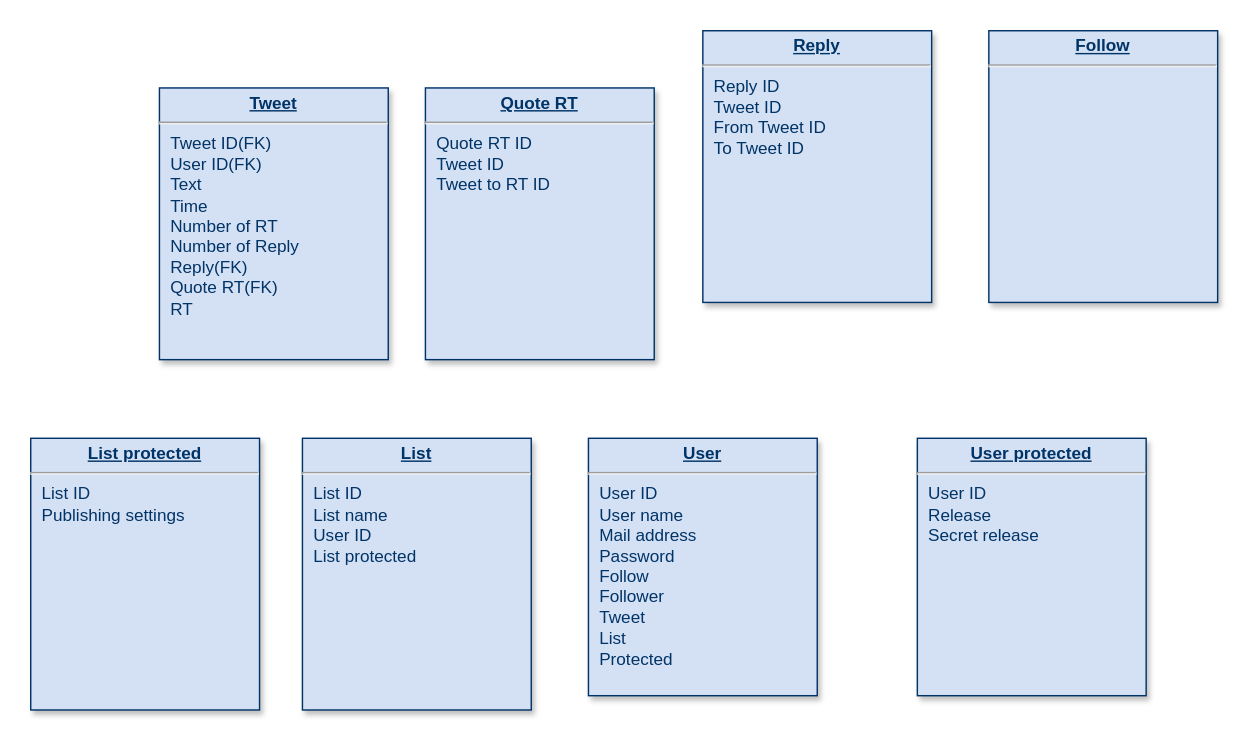
fuwa-syugyo/hello-world keeps this draw.io diagram as Untitled Diagram.drawio. Above is the earlier version. Source tidied: cells renumbered, new cells numbered last; positions are measured from the earlier drawing's top-left corner, leaving out a move shared by most shapes. Both pictures are drawn from the tidied source at 143%, with x=0, y=0 at pixel (30, 30).
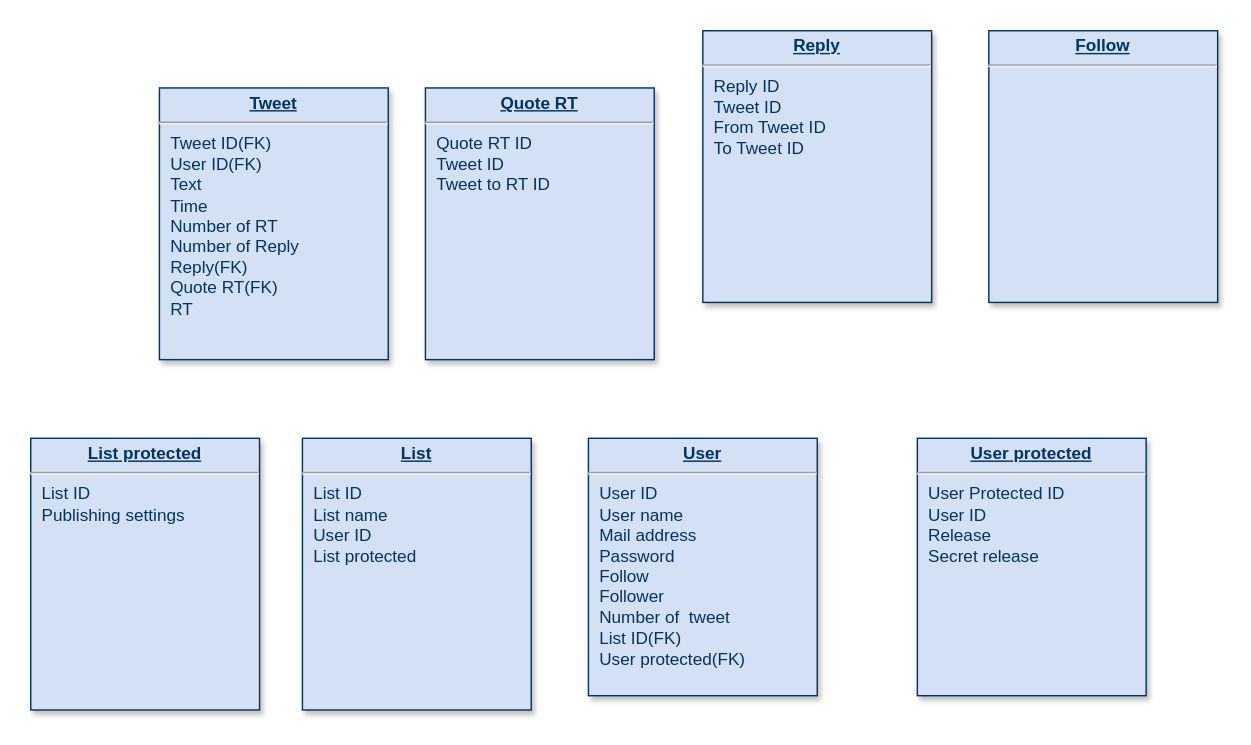
After the change.

What changed in the source:
```diff
@@
 <mxGraphModel>
   <root>
     <mxCell id="0" />
     <mxCell id="1" parent="0" />
-    <mxCell id="2" value="&lt;p style=&quot;margin: 0px ; margin-top: 4px ; text-align: center ; text-decoration: underline&quot;&gt;&lt;strong&gt;User&lt;/strong&gt;&lt;/p&gt;&lt;hr&gt;&lt;p style=&quot;margin: 0px ; margin-left: 8px&quot;&gt;User ID&lt;/p&gt;&lt;p style=&quot;margin: 0px ; margin-left: 8px&quot;&gt;User name&lt;/p&gt;&lt;p style=&quot;margin: 0px ; margin-left: 8px&quot;&gt;Mail address&lt;/p&gt;&lt;p style=&quot;margin: 0px ; margin-left: 8px&quot;&gt;Password&lt;/p&gt;&lt;p style=&quot;margin: 0px ; margin-left: 8px&quot;&gt;Follow&lt;/p&gt;&lt;p style=&quot;margin: 0px ; margin-left: 8px&quot;&gt;Follower&lt;/p&gt;&lt;p style=&quot;margin: 0px ; margin-left: 8px&quot;&gt;Tweet&lt;/p&gt;&lt;p style=&quot;margin: 0px ; margin-left: 8px&quot;&gt;List&lt;/p&gt;&lt;p style=&quot;margin: 0px ; margin-left: 8px&quot;&gt;Protected&lt;/p&gt;&lt;p style=&quot;margin: 0px ; margin-left: 8px&quot;&gt;&lt;br&gt;&lt;/p&gt;" style="verticalAlign=top;align=left;overflow=fill;fontSize=12;fontFamily=Helvetica;html=1;strokeColor=#003366;shadow=1;fillColor=#D4E1F5;fontColor=#003366;" parent="1" vertex="1">
+    <mxCell id="2" value="&lt;p style=&quot;margin: 0px ; margin-top: 4px ; text-align: center ; text-decoration: underline&quot;&gt;&lt;strong&gt;User&lt;/strong&gt;&lt;/p&gt;&lt;hr&gt;&lt;p style=&quot;margin: 0px ; margin-left: 8px&quot;&gt;User ID&lt;/p&gt;&lt;p style=&quot;margin: 0px ; margin-left: 8px&quot;&gt;User name&lt;/p&gt;&lt;p style=&quot;margin: 0px ; margin-left: 8px&quot;&gt;Mail address&lt;/p&gt;&lt;p style=&quot;margin: 0px ; margin-left: 8px&quot;&gt;Password&lt;/p&gt;&lt;p style=&quot;margin: 0px ; margin-left: 8px&quot;&gt;Follow&lt;/p&gt;&lt;p style=&quot;margin: 0px ; margin-left: 8px&quot;&gt;Follower&lt;/p&gt;&lt;p style=&quot;margin: 0px ; margin-left: 8px&quot;&gt;Number of&amp;nbsp; tweet&lt;/p&gt;&lt;p style=&quot;margin: 0px ; margin-left: 8px&quot;&gt;List ID(FK)&lt;/p&gt;&lt;p style=&quot;margin: 0px ; margin-left: 8px&quot;&gt;User protected(FK)&lt;/p&gt;&lt;p style=&quot;margin: 0px ; margin-left: 8px&quot;&gt;&lt;br&gt;&lt;/p&gt;" style="verticalAlign=top;align=left;overflow=fill;fontSize=12;fontFamily=Helvetica;html=1;strokeColor=#003366;shadow=1;fillColor=#D4E1F5;fontColor=#003366;" parent="1" vertex="1">
       <mxGeometry x="390" y="285" width="160" height="180" as="geometry" />
     </mxCell>
     <mxCell id="3" value="&lt;p style=&quot;margin: 0px ; margin-top: 4px ; text-align: center ; text-decoration: underline&quot;&gt;&lt;strong&gt;Tweet&lt;/strong&gt;&lt;/p&gt;&lt;hr&gt;&lt;p style=&quot;margin: 0px ; margin-left: 8px&quot;&gt;Tweet ID(FK)&lt;/p&gt;&lt;p style=&quot;margin: 0px ; margin-left: 8px&quot;&gt;User ID(FK)&lt;/p&gt;&lt;p style=&quot;margin: 0px ; margin-left: 8px&quot;&gt;Text&lt;/p&gt;&lt;p style=&quot;margin: 0px ; margin-left: 8px&quot;&gt;Time&lt;/p&gt;&lt;p style=&quot;margin: 0px ; margin-left: 8px&quot;&gt;Number of RT&lt;/p&gt;&lt;p style=&quot;margin: 0px ; margin-left: 8px&quot;&gt;Number of Reply&lt;/p&gt;&lt;p style=&quot;margin: 0px ; margin-left: 8px&quot;&gt;Reply(FK)&lt;/p&gt;&lt;p style=&quot;margin: 0px ; margin-left: 8px&quot;&gt;Quote RT(FK)&lt;/p&gt;&lt;p style=&quot;margin: 0px ; margin-left: 8px&quot;&gt;RT&lt;/p&gt;" style="verticalAlign=top;align=left;overflow=fill;fontSize=12;fontFamily=Helvetica;html=1;strokeColor=#003366;shadow=1;fillColor=#D4E1F5;fontColor=#003366;" parent="1" vertex="1">
       <mxGeometry x="90" y="40" width="160" height="190" as="geometry" />
     </mxCell>
     <mxCell id="4" value="&lt;p style=&quot;margin: 0px ; margin-top: 4px ; text-align: center ; text-decoration: underline&quot;&gt;&lt;b&gt;List&lt;/b&gt;&lt;/p&gt;&lt;hr&gt;&lt;p style=&quot;margin: 0px ; margin-left: 8px&quot;&gt;List ID&lt;/p&gt;&lt;p style=&quot;margin: 0px ; margin-left: 8px&quot;&gt;List name&lt;/p&gt;&lt;p style=&quot;margin: 0px ; margin-left: 8px&quot;&gt;User ID&lt;/p&gt;&lt;p style=&quot;margin: 0px ; margin-left: 8px&quot;&gt;List protected&lt;/p&gt;" style="verticalAlign=top;align=left;overflow=fill;fontSize=12;fontFamily=Helvetica;html=1;strokeColor=#003366;shadow=1;fillColor=#D4E1F5;fontColor=#003366;" parent="1" vertex="1">
       <mxGeometry x="190" y="285" width="160" height="190" as="geometry" />
     </mxCell>
     <mxCell id="5" value="&lt;p style=&quot;margin: 0px ; margin-top: 4px ; text-align: center ; text-decoration: underline&quot;&gt;&lt;b&gt;Follow&lt;/b&gt;&lt;/p&gt;&lt;hr&gt;&lt;p style=&quot;margin: 0px ; margin-left: 8px&quot;&gt;&lt;br&gt;&lt;/p&gt;" style="verticalAlign=top;align=left;overflow=fill;fontSize=12;fontFamily=Helvetica;html=1;strokeColor=#003366;shadow=1;fillColor=#D4E1F5;fontColor=#003366;" parent="1" vertex="1">
       <mxGeometry x="670" width="160" height="190" as="geometry" />
     </mxCell>
     <mxCell id="6" value="&lt;p style=&quot;margin: 0px ; margin-top: 4px ; text-align: center ; text-decoration: underline&quot;&gt;&lt;b&gt;List protected&lt;/b&gt;&lt;/p&gt;&lt;hr&gt;&lt;p style=&quot;margin: 0px ; margin-left: 8px&quot;&gt;List ID&lt;/p&gt;&lt;p style=&quot;margin: 0px ; margin-left: 8px&quot;&gt;Publishing settings&lt;/p&gt;" style="verticalAlign=top;align=left;overflow=fill;fontSize=12;fontFamily=Helvetica;html=1;strokeColor=#003366;shadow=1;fillColor=#D4E1F5;fontColor=#003366;" parent="1" vertex="1">
       <mxGeometry y="285" width="160" height="190" as="geometry" />
     </mxCell>
-    <mxCell id="7" value="&lt;p style=&quot;margin: 0px ; margin-top: 4px ; text-align: center ; text-decoration: underline&quot;&gt;&lt;strong&gt;User protected&lt;/strong&gt;&lt;/p&gt;&lt;hr&gt;&lt;p style=&quot;margin: 0px ; margin-left: 8px&quot;&gt;User ID&lt;/p&gt;&lt;p style=&quot;margin: 0px ; margin-left: 8px&quot;&gt;Release&lt;/p&gt;&lt;p style=&quot;margin: 0px ; margin-left: 8px&quot;&gt;Secret release&lt;/p&gt;&lt;p style=&quot;margin: 0px ; margin-left: 8px&quot;&gt;&lt;br&gt;&lt;/p&gt;" style="verticalAlign=top;align=left;overflow=fill;fontSize=12;fontFamily=Helvetica;html=1;strokeColor=#003366;shadow=1;fillColor=#D4E1F5;fontColor=#003366;" parent="1" vertex="1">
+    <mxCell id="7" value="&lt;p style=&quot;margin: 0px ; margin-top: 4px ; text-align: center ; text-decoration: underline&quot;&gt;&lt;strong&gt;User protected&lt;/strong&gt;&lt;/p&gt;&lt;hr&gt;&lt;p style=&quot;margin: 0px ; margin-left: 8px&quot;&gt;User Protected ID&lt;/p&gt;&lt;p style=&quot;margin: 0px ; margin-left: 8px&quot;&gt;User ID&lt;/p&gt;&lt;p style=&quot;margin: 0px ; margin-left: 8px&quot;&gt;Release&lt;/p&gt;&lt;p style=&quot;margin: 0px ; margin-left: 8px&quot;&gt;Secret release&lt;/p&gt;&lt;p style=&quot;margin: 0px ; margin-left: 8px&quot;&gt;&lt;br&gt;&lt;/p&gt;" style="verticalAlign=top;align=left;overflow=fill;fontSize=12;fontFamily=Helvetica;html=1;strokeColor=#003366;shadow=1;fillColor=#D4E1F5;fontColor=#003366;" parent="1" vertex="1">
       <mxGeometry x="620" y="285" width="160" height="180" as="geometry" />
     </mxCell>
     <mxCell id="8" value="&lt;p style=&quot;margin: 0px ; margin-top: 4px ; text-align: center ; text-decoration: underline&quot;&gt;&lt;b&gt;Reply&lt;/b&gt;&lt;/p&gt;&lt;hr&gt;&lt;p style=&quot;margin: 0px ; margin-left: 8px&quot;&gt;Reply ID&lt;/p&gt;&lt;p style=&quot;margin: 0px ; margin-left: 8px&quot;&gt;Tweet ID&lt;/p&gt;&lt;p style=&quot;margin: 0px ; margin-left: 8px&quot;&gt;From Tweet ID&lt;/p&gt;&lt;p style=&quot;margin: 0px ; margin-left: 8px&quot;&gt;To Tweet ID&lt;/p&gt;" style="verticalAlign=top;align=left;overflow=fill;fontSize=12;fontFamily=Helvetica;html=1;strokeColor=#003366;shadow=1;fillColor=#D4E1F5;fontColor=#003366;" parent="1" vertex="1">
       <mxGeometry x="470" width="160" height="190" as="geometry" />
     </mxCell>
     <mxCell id="9" value="&lt;p style=&quot;margin: 0px ; margin-top: 4px ; text-align: center ; text-decoration: underline&quot;&gt;&lt;b&gt;Quote RT&lt;/b&gt;&lt;/p&gt;&lt;hr&gt;&lt;p style=&quot;margin: 0px ; margin-left: 8px&quot;&gt;Quote RT ID&lt;/p&gt;&lt;p style=&quot;margin: 0px ; margin-left: 8px&quot;&gt;Tweet ID&lt;/p&gt;&lt;p style=&quot;margin: 0px ; margin-left: 8px&quot;&gt;Tweet to RT ID&lt;/p&gt;" style="verticalAlign=top;align=left;overflow=fill;fontSize=12;fontFamily=Helvetica;html=1;strokeColor=#003366;shadow=1;fillColor=#D4E1F5;fontColor=#003366;" parent="1" vertex="1">
       <mxGeometry x="276" y="40" width="160" height="190" as="geometry" />
     </mxCell>
   </root>
 </mxGraphModel>
```
